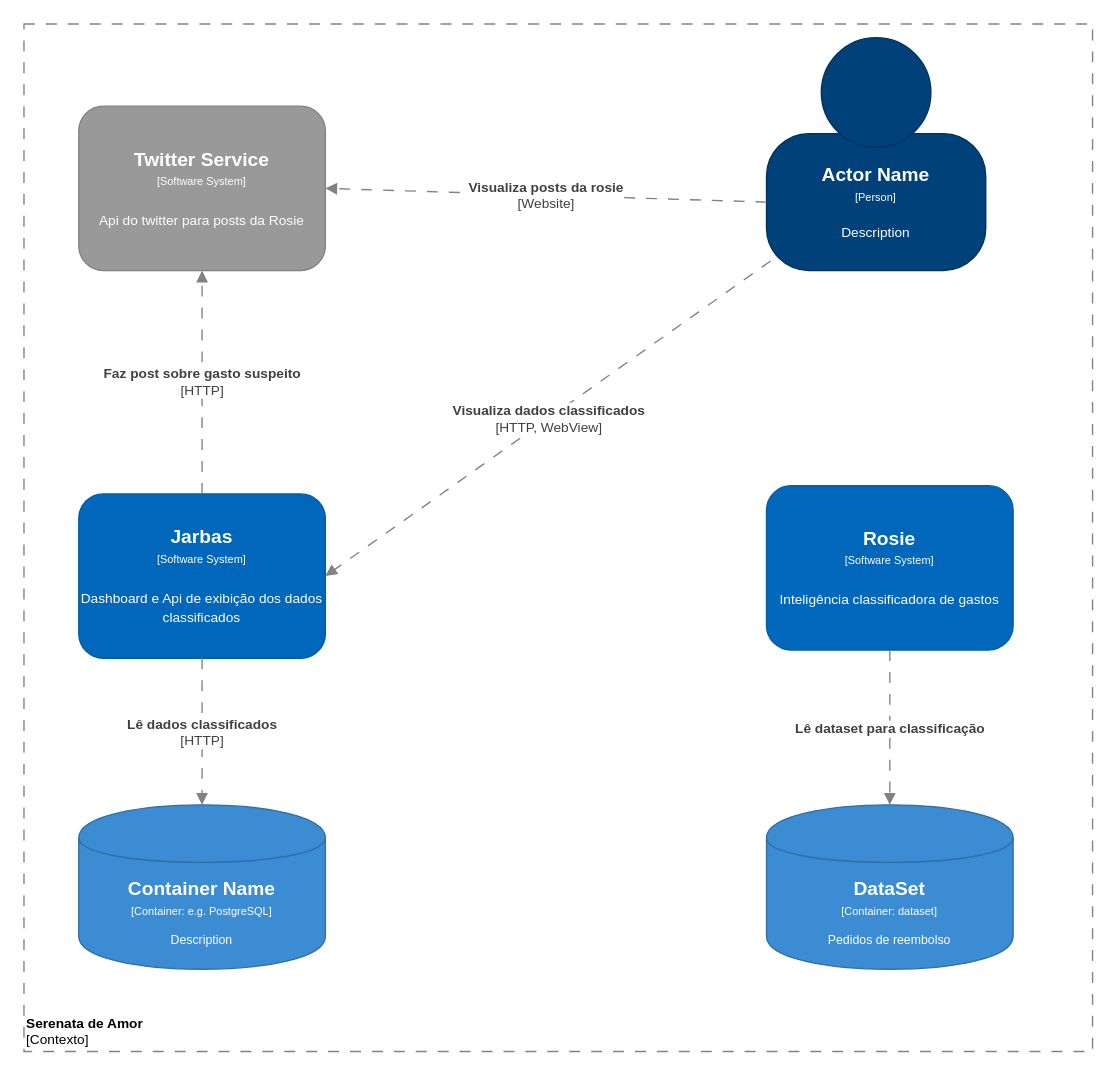
Above: page "Contexto" (1 of 5) of content/posts/serenata-de-amor/diagramas.drawio in joaoarthurbm/arqsoft-blog (draw.io), before the change. Source tidied: cells renumbered, new cells numbered last; positions are measured from the earlier drawing's top-left corner, leaving out a move shared by most shapes. Both pictures are drawn from the tidied source at 137%, with x=0, y=0 at pixel (23, 23).
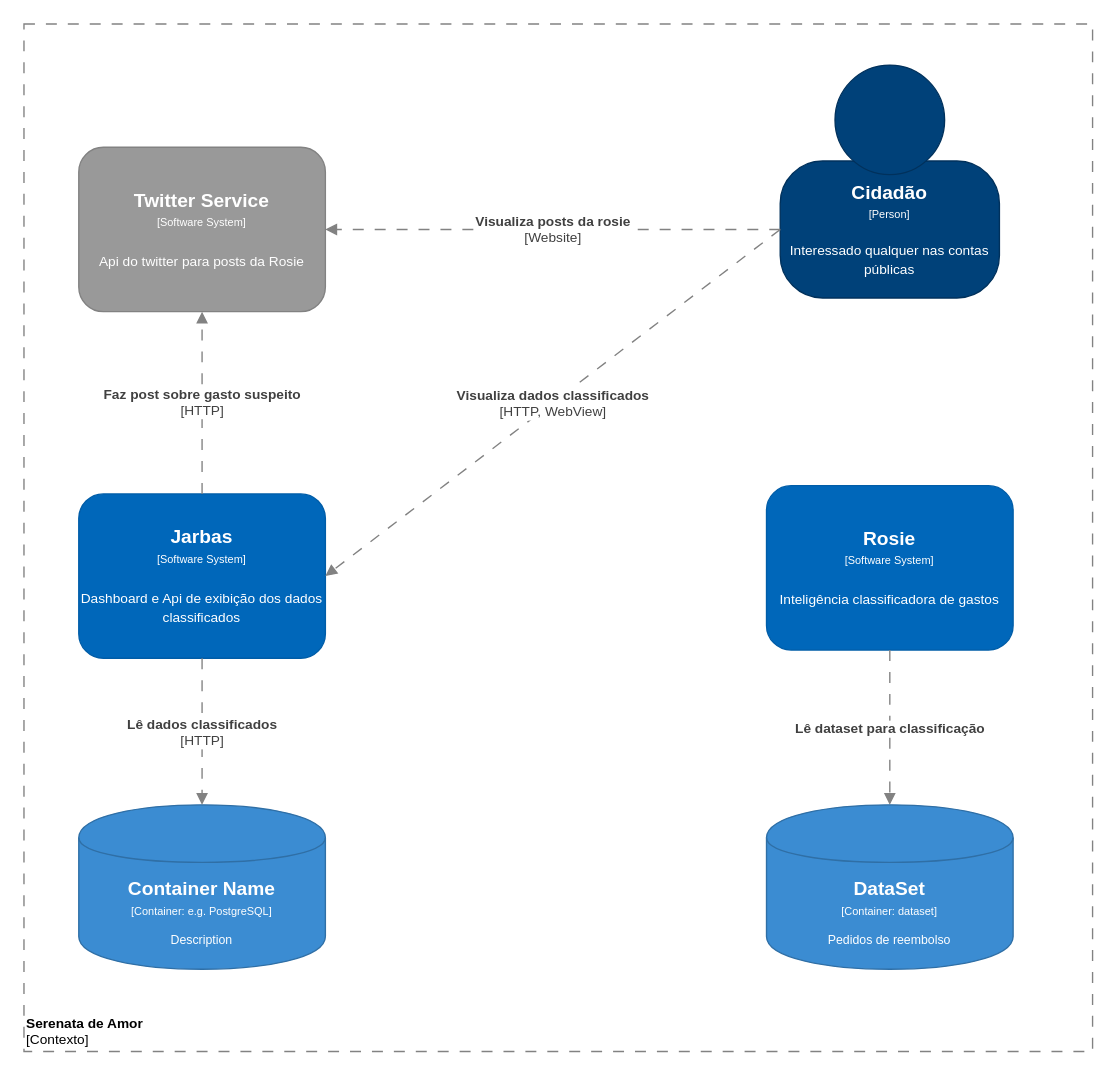
The same page after the edit.

Unchanged cells that the change refers to:
```xml
<object id="7" label="&lt;div&gt;&lt;span style=&quot;font-size: 14px&quot;&gt;&lt;b&gt;%name%&lt;/b&gt;&lt;/span&gt;&lt;/div&gt;&lt;div&gt;&lt;span style=&quot;font-size: 8px&quot;&gt;[Software System]&lt;/span&gt;&lt;/div&gt;&lt;div&gt;&lt;span style=&quot;font-size: 8px&quot;&gt;&lt;br&gt;&lt;/span&gt;&lt;/div&gt;&lt;div&gt;&lt;font size=&quot;1&quot;&gt;%description%&lt;/font&gt;&lt;/div&gt;" description="Dashboard e Api de exibição dos dados classificados" name="Jarbas" placeholders="1">
  <mxCell style="rounded=1;whiteSpace=wrap;html=1;fillColor=#0067BA;fontColor=#FFFFFF;strokeColor=#005DA8;" parent="1" vertex="1">
    <mxGeometry x="40" y="343" width="180" height="120" as="geometry" />
  </mxCell>
</object>
```

What changed in the source:
```diff
@@
     <mxCell id="3" style="group;" parent="1" vertex="1">
-      <mxGeometry x="542" y="10" width="160" height="170" as="geometry" />
+      <mxGeometry x="552" y="30" width="160" height="170" as="geometry" />
     </mxCell>
-    <object id="4" label="&lt;div style=&quot;color: rgb(255 , 255 , 255) ; white-space: normal&quot;&gt;&lt;span style=&quot;font-size: 14px&quot;&gt;&lt;b&gt;%name%&lt;/b&gt;&lt;/span&gt;&lt;/div&gt;&lt;div style=&quot;color: rgb(255 , 255 , 255) ; white-space: normal&quot;&gt;&lt;font style=&quot;font-size: 8px&quot;&gt;[Person]&lt;/font&gt;&lt;/div&gt;&lt;div style=&quot;color: rgb(255 , 255 , 255) ; white-space: normal ; font-size: 8px&quot;&gt;&lt;span style=&quot;font-size: x-small&quot;&gt;&lt;br&gt;&lt;/span&gt;&lt;/div&gt;&lt;div style=&quot;color: rgb(255 , 255 , 255) ; white-space: normal&quot;&gt;&lt;font size=&quot;1&quot;&gt;%description%&lt;/font&gt;&lt;/div&gt;" description="Description" name="Actor Name" placeholders="1">
-      <mxCell style="rounded=1;whiteSpace=wrap;html=1;strokeColor=#00315C;fillColor=#004179;fontColor=#000000;arcSize=31;" parent="3" vertex="1">
-        <mxGeometry y="70" width="160" height="100" as="geometry" />
-      </mxCell>
-    </object>
+    <mxCell id="4" value="&lt;div style=&quot;color: rgb(255 , 255 , 255) ; white-space: normal&quot;&gt;&lt;span style=&quot;font-size: 14px&quot;&gt;&lt;b&gt;Cidadão&lt;/b&gt;&lt;/span&gt;&lt;/div&gt;&lt;div style=&quot;color: rgb(255 , 255 , 255) ; white-space: normal&quot;&gt;&lt;font style=&quot;font-size: 8px&quot;&gt;[Person]&lt;/font&gt;&lt;/div&gt;&lt;div style=&quot;color: rgb(255 , 255 , 255) ; white-space: normal ; font-size: 8px&quot;&gt;&lt;span style=&quot;font-size: x-small&quot;&gt;&lt;br&gt;&lt;/span&gt;&lt;/div&gt;&lt;div style=&quot;color: rgb(255 , 255 , 255) ; white-space: normal&quot;&gt;&lt;font size=&quot;1&quot;&gt;Interessado qualquer nas contas públicas&lt;/font&gt;&lt;/div&gt;" style="rounded=1;whiteSpace=wrap;html=1;strokeColor=#00315C;fillColor=#004179;fontColor=#000000;arcSize=31;" parent="3" vertex="1">
+      <mxGeometry y="70" width="160" height="100" as="geometry" />
+    </mxCell>
@@
     <object id="6" label="&lt;div&gt;&lt;span style=&quot;font-size: 14px&quot;&gt;&lt;b&gt;%name%&lt;/b&gt;&lt;/span&gt;&lt;/div&gt;&lt;div&gt;&lt;span style=&quot;font-size: 8px&quot;&gt;[Software System&lt;/span&gt;&lt;span style=&quot;font-size: 8px&quot;&gt;]&lt;/span&gt;&lt;/div&gt;&lt;div&gt;&lt;span style=&quot;font-size: 8px&quot;&gt;&lt;br&gt;&lt;/span&gt;&lt;/div&gt;&lt;div&gt;&lt;font size=&quot;1&quot;&gt;%description%&lt;/font&gt;&lt;/div&gt;" description="Api do twitter para posts da Rosie" name="Twitter Service" placeholders="1">
       <mxCell style="rounded=1;whiteSpace=wrap;html=1;fillColor=#999999;fontColor=#FFFFFF;strokeColor=#828282;" parent="1" vertex="1">
-        <mxGeometry x="40" y="60" width="180" height="120" as="geometry" />
+        <mxGeometry x="40" y="90" width="180" height="120" as="geometry" />
       </mxCell>
     </object>
@@
     <object id="11" label="&lt;b&gt;%name%&lt;/b&gt;&lt;br style=&quot;font-size: 10px&quot;&gt;[%technology%]" name="Visualiza dados classificados" placeholders="1" technology="HTTP, WebView">
-      <mxCell style="endArrow=block;html=1;fontSize=10;fontColor=#404040;strokeWidth=1;endFill=1;dashed=1;dashPattern=8 8;strokeColor=#828282;elbow=vertical;labelBackgroundColor=#ffffff;entryX=1;entryY=0.5;entryDx=0;entryDy=0;" parent="1" edge="1" target="7">
-        <mxGeometry relative="1" as="geometry">
-          <mxPoint x="545" y="173" as="sourcePoint" />
-        </mxGeometry>
+      <mxCell style="endArrow=block;html=1;fontSize=10;fontColor=#404040;strokeWidth=1;endFill=1;dashed=1;dashPattern=8 8;strokeColor=#828282;elbow=vertical;labelBackgroundColor=#ffffff;entryX=1;entryY=0.5;entryDx=0;entryDy=0;exitX=0;exitY=0.5;exitDx=0;exitDy=0;" parent="1" edge="1" source="4" target="7">
+        <mxGeometry relative="1" as="geometry" />
       </mxCell>
     </object>
```
